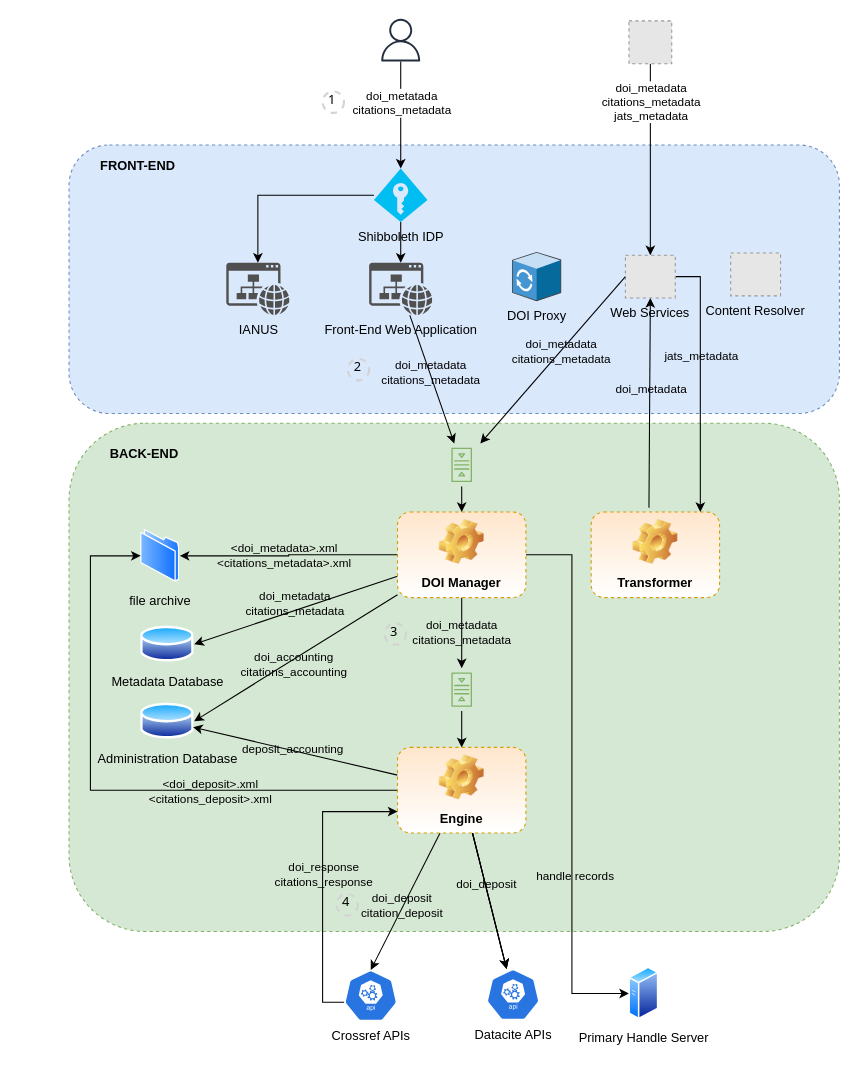
This is op-functional-diagram.drawio from Ediser-mEDRA/OP-DOIRA, a draw.io file, before an edit. Source tidied: cells renumbered, new cells numbered last; positions are measured from the earlier drawing's top-left corner, leaving out a move shared by most shapes. Both pictures are drawn from the tidied source at 107%, with x=0, y=0 at pixel (68, 18). Pictures stored in the file or linked from it are replaced by grey dashed boxes.
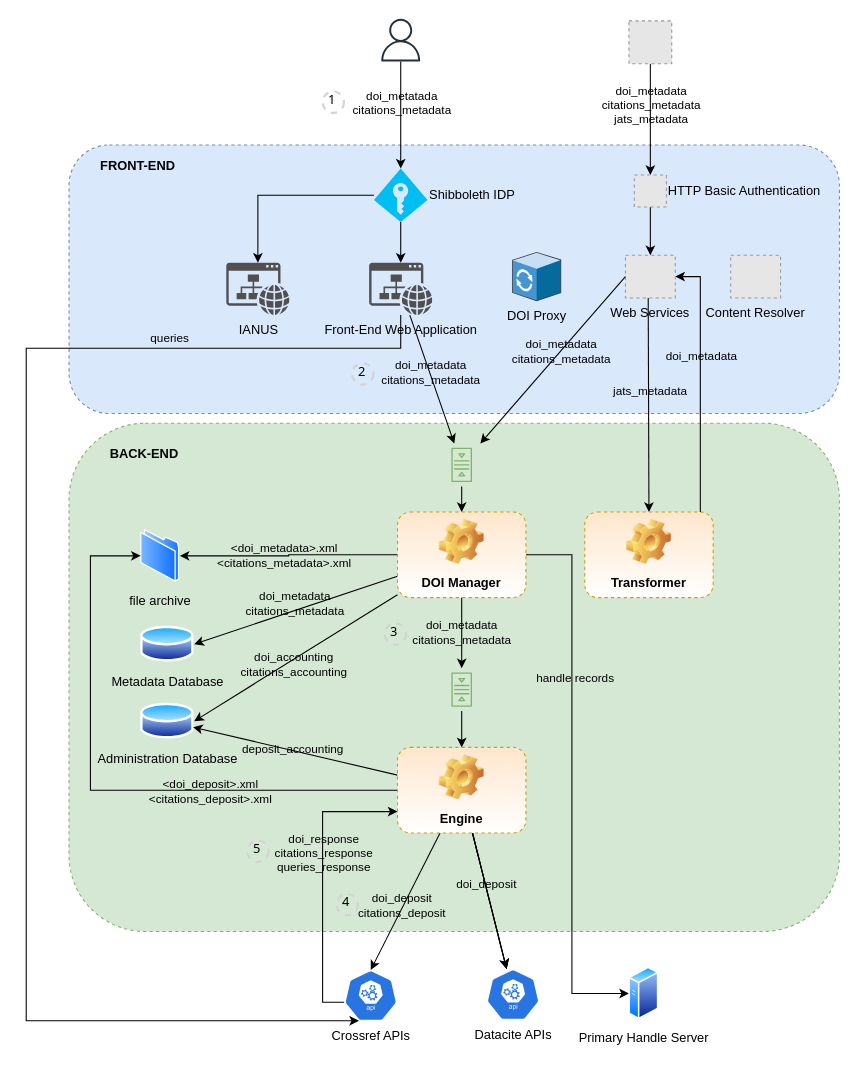
The same diagram, later.

The change refers to these unchanged cells:
```xml
<mxCell id="8" style="fillColor=#E6E6E6;strokeColor=#999999;dashed=1;html=1;verticalAlign=top;verticalLabelPosition=bottom;labelBackgroundColor=#ffffff;" parent="1" vertex="1">
  <mxGeometry x="523.3" y="2" width="40" height="40" as="geometry" />
</mxCell>
<mxCell id="19" style="edgeStyle=orthogonalEdgeStyle;rounded=0;jettySize=auto;html=1;entryX=0;entryY=0.5;entryDx=0;entryDy=0;labelBackgroundColor=none;fontColor=#000000;" parent="1" edge="1" source="21" target="37">
  <mxGeometry relative="1" as="geometry">
    <Array as="points">
      <mxPoint x="470" y="501" />
      <mxPoint x="470" y="911" />
    </Array>
  </mxGeometry>
</mxCell>
<mxCell id="26" style="edgeStyle=none;rounded=0;jettySize=auto;html=1;entryX=0.5;entryY=0;entryDx=0;entryDy=0;entryPerimeter=0;labelBackgroundColor=none;fontColor=#000000;" parent="1" edge="1" source="32" target="35">
  <mxGeometry relative="1" as="geometry" />
</mxCell>
<mxCell id="33" style="rounded=0;jettySize=auto;html=1;entryX=0;entryY=0.75;entryDx=0;entryDy=0;labelBackgroundColor=none;fontColor=#000000;exitX=0.005;exitY=0.63;exitDx=0;exitDy=0;exitPerimeter=0;edgeStyle=orthogonalEdgeStyle;" parent="1" edge="1" source="35" target="32">
  <mxGeometry relative="1" as="geometry" />
</mxCell>
<mxCell id="35" value="&lt;div&gt;Crossref APIs&lt;/div&gt;&lt;div&gt;&lt;br&gt;&lt;/div&gt;" style="sketch=0;html=1;dashed=0;whitespace=wrap;fillColor=#2875E2;strokeColor=#ffffff;points=[[0.005,0.63,0],[0.1,0.2,0],[0.9,0.2,0],[0.5,0,0],[0.995,0.63,0],[0.72,0.99,0],[0.5,1,0],[0.28,0.99,0]];shape=mxgraph.kubernetes.icon;prIcon=api;rounded=1;fontColor=#000000;labelPosition=center;verticalLabelPosition=bottom;align=center;verticalAlign=top;" parent="1" vertex="1">
  <mxGeometry x="257" y="889" width="50" height="48" as="geometry" />
</mxCell>
<mxCell id="50" value="Front-End Web Application" style="sketch=0;shadow=0;dashed=0;html=1;strokeColor=none;fillColor=#505050;labelPosition=center;verticalLabelPosition=bottom;verticalAlign=top;outlineConnect=0;align=center;shape=mxgraph.office.sites.website;rounded=1;labelBackgroundColor=none;fontColor=#000000;" parent="1" vertex="1">
  <mxGeometry x="280.5" y="228" width="59" height="49" as="geometry" />
</mxCell>
<mxCell id="53" value="Web Services" style="fillColor=#E6E6E6;strokeColor=#999999;dashed=1;verticalLabelPosition=bottom;verticalAlign=top;labelBackgroundColor=none;fontColor=#000000;" parent="1" vertex="1">
  <mxGeometry x="520" y="221" width="46.6" height="40" as="geometry" />
</mxCell>
<mxCell id="55" style="edgeStyle=orthogonalEdgeStyle;rounded=0;jettySize=auto;html=1;labelBackgroundColor=none;fontColor=#000000;" parent="1" edge="1" source="57" target="47">
  <mxGeometry relative="1" as="geometry" />
</mxCell>
```

What changed in the source:
```diff
@@
-    <mxCell id="6" style="edgeStyle=orthogonalEdgeStyle;rounded=0;jettySize=auto;html=1;labelBackgroundColor=none;fontColor=#000000;" parent="1" edge="1" source="8" target="53">
+    <mxCell id="6" style="edgeStyle=orthogonalEdgeStyle;rounded=0;jettySize=auto;html=1;labelBackgroundColor=none;fontColor=#000000;entryX=0.5;entryY=0;entryDx=0;entryDy=0;" parent="1" edge="1" source="8" target="69">
       <mxGeometry relative="1" as="geometry" />
     </mxCell>
-    <mxCell id="7" value="&lt;div&gt;doi_metadata&lt;/div&gt;&lt;div&gt;citations_metadata&lt;/div&gt;&lt;div&gt;jats_metadata&lt;br&gt;&lt;/div&gt;" style="edgeLabel;html=1;align=center;verticalAlign=middle;fontColor=#000000;" parent="6" vertex="1">
+    <mxCell id="7" value="&lt;div&gt;doi_metadata&lt;/div&gt;&lt;div&gt;citations_metadata&lt;/div&gt;&lt;div&gt;jats_metadata&lt;br&gt;&lt;/div&gt;" style="edgeLabel;html=1;align=center;verticalAlign=middle;fontColor=#000000;labelBackgroundColor=none;" parent="6" vertex="1">
       <mxGeometry x="-0.31" y="2" relative="1" as="geometry">
-        <mxPoint x="-2" y="-27" as="offset" />
+        <mxPoint x="-2" y="2" as="offset" />
       </mxGeometry>
     </mxCell>
@@
     <mxCell id="20" value="handle records" style="edgeLabel;html=1;align=center;verticalAlign=middle;fontColor=#000000;labelBackgroundColor=none;" parent="19" vertex="1">
-      <mxGeometry x="0.35" y="2" relative="1" as="geometry" />
+      <mxGeometry x="0.35" y="2" relative="1" as="geometry">
+        <mxPoint y="-185" as="offset" />
+      </mxGeometry>
     </mxCell>
@@
-    <mxCell id="27" value="&lt;div&gt;doi_deposit&lt;/div&gt;&lt;div&gt;citation_deposit&lt;br&gt;&lt;/div&gt;" style="edgeLabel;html=1;align=center;verticalAlign=middle;fontColor=#000000;labelBackgroundColor=none;" parent="26" vertex="1">
+    <mxCell id="27" value="&lt;div&gt;doi_deposit&lt;/div&gt;&lt;div&gt;citations_deposit&lt;br&gt;&lt;/div&gt;" style="edgeLabel;html=1;align=center;verticalAlign=middle;fontColor=#000000;labelBackgroundColor=none;" parent="26" vertex="1">
       <mxGeometry x="0.44" y="-2" relative="1" as="geometry">
         <mxPoint x="12" y="-24" as="offset" />
       </mxGeometry>
     </mxCell>
@@
-    <mxCell id="34" value="&lt;div&gt;doi_response&lt;/div&gt;&lt;div&gt;citations_response&lt;/div&gt;" style="edgeLabel;html=1;align=center;verticalAlign=middle;fontColor=#000000;labelBackgroundColor=none;" parent="33" vertex="1">
+    <mxCell id="34" value="&lt;div&gt;doi_response&lt;/div&gt;&lt;div&gt;citations_response&lt;/div&gt;&lt;div&gt;queries_response&lt;br&gt;&lt;/div&gt;" style="edgeLabel;html=1;align=center;verticalAlign=middle;fontColor=#000000;labelBackgroundColor=none;" parent="33" vertex="1">
       <mxGeometry x="-0.29" relative="1" as="geometry">
-        <mxPoint y="-45" as="offset" />
+        <mxPoint y="-65" as="offset" />
       </mxGeometry>
     </mxCell>
@@
-    <mxCell id="40" style="rounded=0;jettySize=auto;html=1;entryX=0.5;entryY=1;entryDx=0;entryDy=0;labelBackgroundColor=none;fontColor=#000000;exitX=0.45;exitY=-0.05;exitDx=0;exitDy=0;exitPerimeter=0;" parent="1" edge="1" source="42" target="53">
-      <mxGeometry relative="1" as="geometry" />
+    <mxCell id="40" style="rounded=0;jettySize=auto;html=1;entryX=0.5;entryY=1;entryDx=0;entryDy=0;labelBackgroundColor=none;fontColor=#000000;exitX=0.5;exitY=0;exitDx=0;exitDy=0;startArrow=classic;startFill=1;endArrow=none;endFill=0;" parent="1" edge="1" source="42">
+      <mxGeometry relative="1" as="geometry">
+        <mxPoint x="541.3" y="261" as="targetPoint" />
+      </mxGeometry>
     </mxCell>
-    <mxCell id="41" value="doi_metadata" style="edgeLabel;html=1;align=center;verticalAlign=middle;fontColor=#000000;labelBackgroundColor=none;" parent="40" vertex="1">
+    <mxCell id="41" value="jats_metadata" style="edgeLabel;html=1;align=center;verticalAlign=middle;fontColor=#000000;labelBackgroundColor=none;" parent="40" vertex="1">
       <mxGeometry x="-0.03" relative="1" as="geometry">
         <mxPoint x="1" y="-17" as="offset" />
       </mxGeometry>
     </mxCell>
     <mxCell id="42" value="Transformer" style="label;whiteSpace=wrap;html=1;align=center;verticalAlign=bottom;spacingLeft=0;spacingBottom=4;imageAlign=center;imageVerticalAlign=top;image=img/clipart/Gear_128x128.png;rounded=1;dashed=1;sketch=0;fillColor=#ffe6cc;strokeColor=#d79b00;gradientColor=#ffffff;" parent="1" vertex="1">
-      <mxGeometry x="488" y="461" width="120" height="80" as="geometry" />
+      <mxGeometry x="482" y="461" width="120" height="80" as="geometry" />
     </mxCell>
@@
-    <mxCell id="47" value="Shibboleth IDP" style="verticalLabelPosition=bottom;html=1;verticalAlign=top;align=center;strokeColor=none;fillColor=#00BEF2;shape=mxgraph.azure.access_control;rounded=1;dashed=1;labelBackgroundColor=none;sketch=0;fontColor=#000000;" parent="1" vertex="1">
+    <mxCell id="47" value="Shibboleth IDP" style="verticalLabelPosition=middle;html=1;verticalAlign=middle;align=left;strokeColor=none;fillColor=#00BEF2;shape=mxgraph.azure.access_control;rounded=1;dashed=1;labelBackgroundColor=none;sketch=0;fontColor=#000000;labelPosition=right;" parent="1" vertex="1">
       <mxGeometry x="285" y="140" width="50" height="50" as="geometry" />
     </mxCell>
@@
+    <mxCell id="66" style="edgeStyle=orthogonalEdgeStyle;rounded=0;jettySize=auto;html=1;entryX=0.28;entryY=0.99;entryDx=0;entryDy=0;entryPerimeter=0;" parent="1" edge="1" source="50" target="35">
+      <mxGeometry relative="1" as="geometry">
+        <Array as="points">
+          <mxPoint x="310" y="308" />
+          <mxPoint x="-40" y="308" />
+          <mxPoint x="-40" y="937" />
+        </Array>
+      </mxGeometry>
+    </mxCell>
+    <mxCell id="67" value="queries" style="edgeLabel;html=1;align=center;verticalAlign=middle;labelBackgroundColor=none;" parent="66" vertex="1">
+      <mxGeometry x="-0.74" y="3" relative="1" as="geometry">
+        <mxPoint x="-76" y="-13" as="offset" />
+      </mxGeometry>
+    </mxCell>
@@
-    <mxCell id="51" style="rounded=0;jettySize=auto;html=1;labelBackgroundColor=none;fontColor=#000000;edgeStyle=orthogonalEdgeStyle;" parent="1" edge="1" source="53" target="42">
+    <mxCell id="51" style="rounded=0;jettySize=auto;html=1;labelBackgroundColor=none;fontColor=#000000;edgeStyle=orthogonalEdgeStyle;startArrow=classic;startFill=1;endArrow=none;endFill=0;" parent="1" edge="1" source="53" target="42">
       <mxGeometry relative="1" as="geometry">
         <Array as="points">
           <mxPoint x="590" y="241" />
         </Array>
       </mxGeometry>
     </mxCell>
-    <mxCell id="52" value="jats_metadata" style="edgeLabel;html=1;align=center;verticalAlign=middle;fontColor=#000000;labelBackgroundColor=none;" parent="51" vertex="1">
+    <mxCell id="52" value="doi_metadata" style="edgeLabel;html=1;align=center;verticalAlign=middle;fontColor=#000000;labelBackgroundColor=none;" parent="51" vertex="1">
       <mxGeometry x="0.17" y="-2" relative="1" as="geometry">
         <mxPoint x="2" y="-45" as="offset" />
       </mxGeometry>
     </mxCell>
@@
     <mxCell id="54" value="Content Resolver" style="fillColor=#E6E6E6;strokeColor=#999999;dashed=1;verticalLabelPosition=bottom;verticalAlign=top;labelBackgroundColor=none;fontColor=#000000;" parent="1" vertex="1">
-      <mxGeometry x="618.4" y="219" width="46.6" height="40" as="geometry" />
+      <mxGeometry x="618.4" y="221" width="46.6" height="40" as="geometry" />
     </mxCell>
@@
-    <mxCell id="56" value="&lt;div&gt;doi_metatada&lt;/div&gt;&lt;div&gt;citations_metadata&lt;/div&gt;" style="edgeLabel;html=1;align=center;verticalAlign=middle;fontColor=#000000;" parent="55" vertex="1">
+    <mxCell id="56" value="&lt;div&gt;doi_metatada&lt;/div&gt;&lt;div&gt;citations_metadata&lt;/div&gt;" style="edgeLabel;html=1;align=center;verticalAlign=middle;fontColor=#000000;labelBackgroundColor=none;" parent="55" vertex="1">
       <mxGeometry x="0.6" y="2" relative="1" as="geometry">
         <mxPoint x="-2" y="-42" as="offset" />
       </mxGeometry>
     </mxCell>
@@
     <mxCell id="61" value="2" style="ellipse;whiteSpace=wrap;html=1;strokeWidth=2;fontFamily=Tahoma;spacingBottom=4;spacingRight=2;strokeColor=#d3d3d3;rounded=1;dashed=1;labelBackgroundColor=none;sketch=0;fontColor=#000000;fillColor=none;gradientColor=none;" parent="1" vertex="1">
-      <mxGeometry x="260.5" y="318" width="20" height="20" as="geometry" />
+      <mxGeometry x="264.5" y="322" width="20" height="20" as="geometry" />
     </mxCell>
@@
+    <mxCell id="68" style="edgeStyle=orthogonalEdgeStyle;rounded=0;jettySize=auto;html=1;startArrow=none;startFill=0;endArrow=classic;endFill=1;" parent="1" edge="1" source="69" target="53">
+      <mxGeometry relative="1" as="geometry" />
+    </mxCell>
+    <mxCell id="69" value="HTTP Basic Authentication" style="fillColor=#E6E6E6;strokeColor=#999999;dashed=1;html=1;verticalAlign=middle;verticalLabelPosition=middle;labelBackgroundColor=none;labelPosition=right;align=left;" parent="1" vertex="1">
+      <mxGeometry x="528.3" y="146" width="30" height="30" as="geometry" />
+    </mxCell>
+    <mxCell id="70" value="5" style="ellipse;whiteSpace=wrap;html=1;strokeWidth=2;fontFamily=Tahoma;spacingBottom=4;spacingRight=2;strokeColor=#d3d3d3;rounded=1;dashed=1;labelBackgroundColor=none;sketch=0;fontColor=#000000;fillColor=none;gradientColor=none;" parent="1" vertex="1">
+      <mxGeometry x="166.5" y="768" width="20" height="20" as="geometry" />
+    </mxCell>
```
